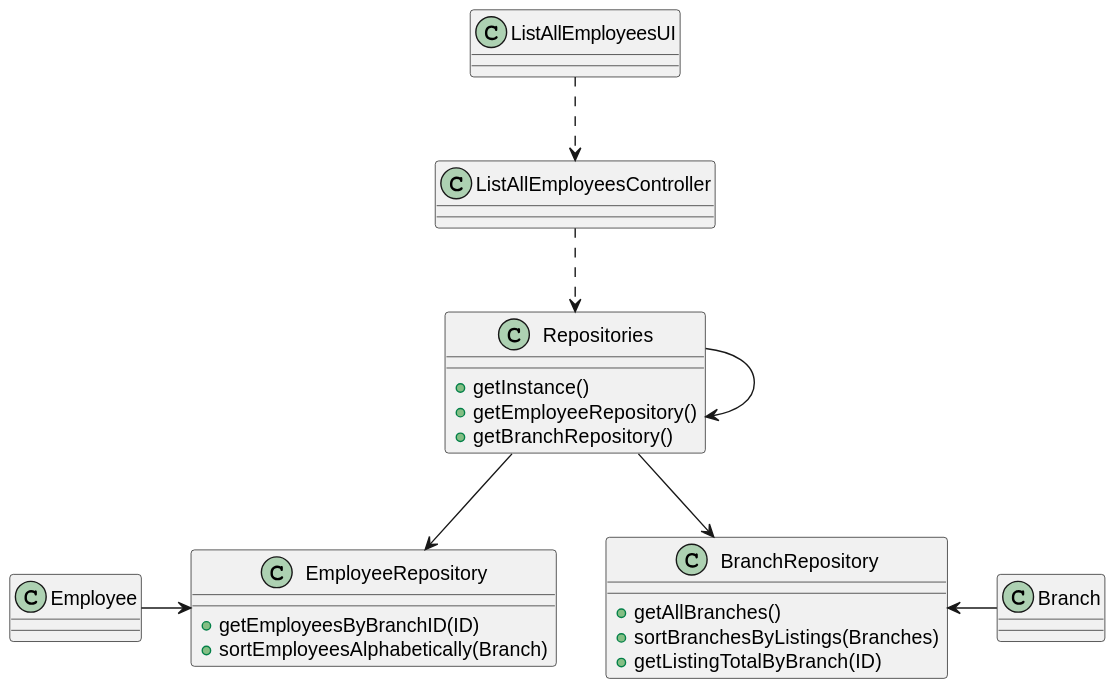
tiagohcorreia/LAPR2 keeps this PlantUML diagram as docs/sprintD/US013/03.design/svg/US013_CD.svg. Above is the earlier version. Its diagram source:
```plantuml
@startuml

class Branch {


}

class Employee {


}

class ListAllEmployeesUI {



}

class ListAllEmployeesController {


}

class BranchRepository {

    +getAllBranches()
    +sortBranchesByListings(Branches)
    +getListingTotalByBranch(ID)

}

class EmployeeRepository {

    +getEmployeesByBranchID(ID)
    +sortEmployeesAlphabetically(Branch)

}


class Repositories {

    +getInstance()
    +getEmployeeRepository()
    +getBranchRepository()

}


ListAllEmployeesUI -[dashed]-> ListAllEmployeesController
ListAllEmployeesController-[dashed]-> Repositories
Repositories --> Repositories
Repositories --> EmployeeRepository
Repositories --> BranchRepository




Branch -left-> BranchRepository
Employee -right-> EmployeeRepository


@enduml
```
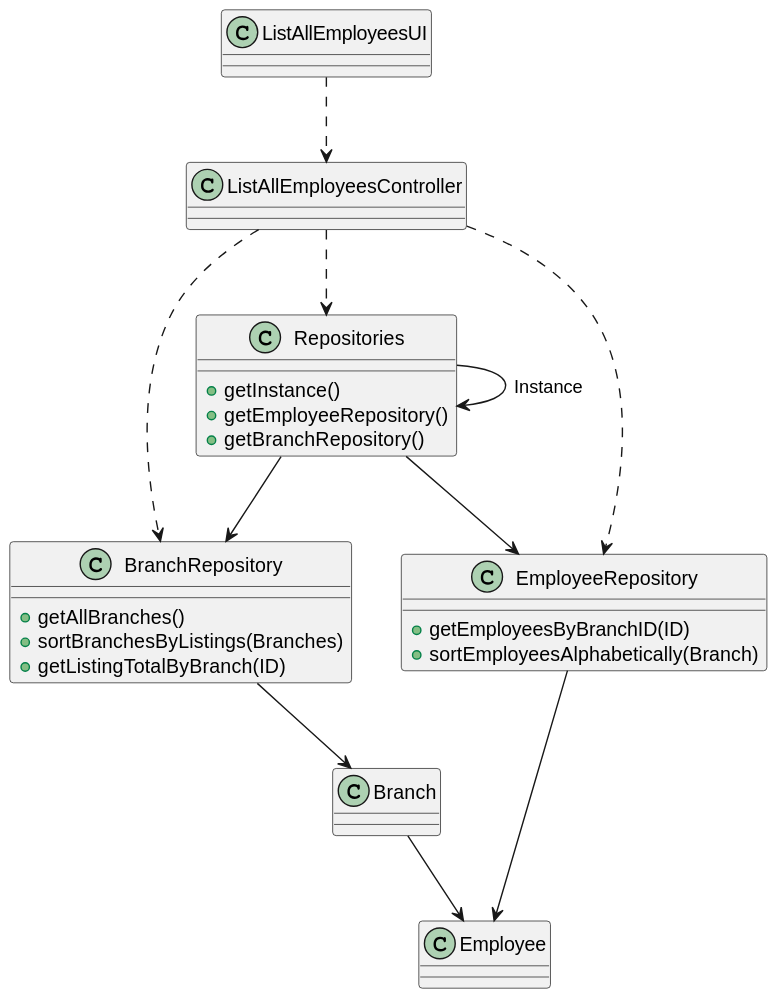
The same diagram one commit later.

Diff of the diagram source:
```diff
@@ -48,15 +48,21 @@
 
 ListAllEmployeesUI -[dashed]-> ListAllEmployeesController
 ListAllEmployeesController-[dashed]-> Repositories
-Repositories --> Repositories
+ListAllEmployeesController-[dashed]-> BranchRepository
+ListAllEmployeesController-[dashed]-> EmployeeRepository
+
+
+Repositories -> Repositories : Instance
 Repositories --> EmployeeRepository
 Repositories --> BranchRepository
 
 
 
 
-Branch -left-> BranchRepository
-Employee -right-> EmployeeRepository
+BranchRepository -down-> Branch
+EmployeeRepository -down-> Employee
+
+Branch --> Employee
 
 
 @enduml
```
